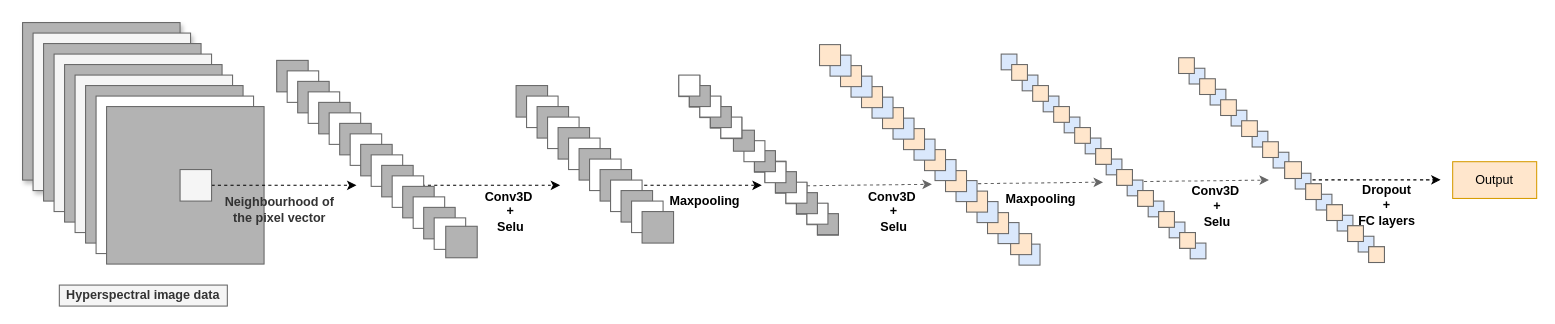
Vampire112/FJNU_Ordering keeps this draw.io diagram as page "Page-1" (1 of 2) of app/Untitled Diagram.drawio. Above is the earlier version. Source tidied: cells renumbered, new cells numbered last; positions are measured from the earlier drawing's top-left corner, leaving out a move shared by most shapes. Both pictures are drawn from the tidied source at 105%, with x=0, y=0 at pixel (22, 22).
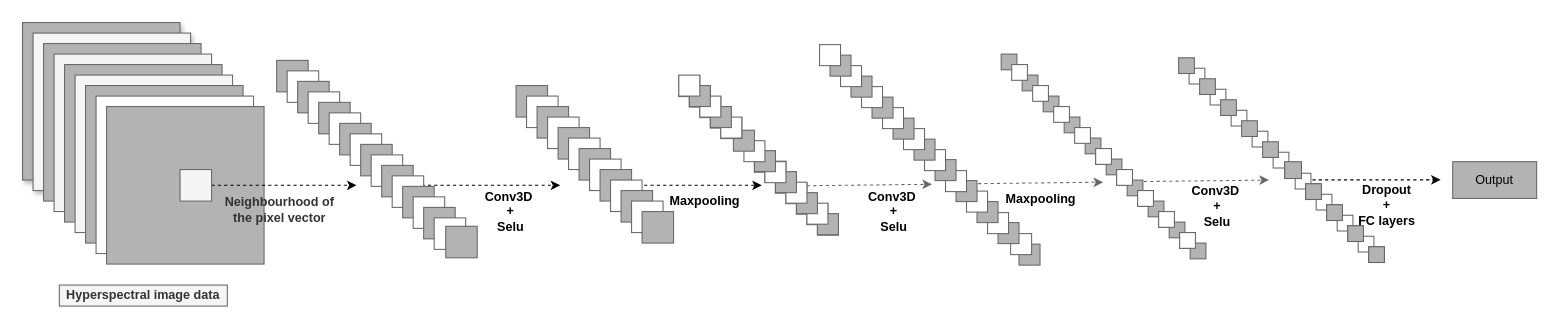
The same diagram, later.

The change refers to these unchanged cells:
```xml
<mxCell id="101" style="group;" parent="1" vertex="1">
  <mxGeometry x="932" y="30" width="240" height="195" as="geometry" />
</mxCell>
```

What changed in the source:
```diff
@@
-    <mxCell id="2" style="whiteSpace=wrap;html=1;labelBackgroundColor=none;fillColor=#dae8fc;shadow=0;strokeColor=#666666;" parent="1" vertex="1">
+    <mxCell id="2" style="whiteSpace=wrap;html=1;labelBackgroundColor=none;shadow=0;strokeColor=#666666;fillColor=#B3B3B3;" parent="1" vertex="1">
       <mxGeometry x="949" y="211" width="20" height="20" as="geometry" />
     </mxCell>
-    <mxCell id="3" style="whiteSpace=wrap;html=1;labelBackgroundColor=none;fillColor=#ffe6cc;shadow=0;strokeColor=#666666;" parent="1" vertex="1">
+    <mxCell id="3" style="whiteSpace=wrap;html=1;labelBackgroundColor=none;shadow=0;strokeColor=#666666;" parent="1" vertex="1">
       <mxGeometry x="941" y="201" width="20" height="20" as="geometry" />
     </mxCell>
-    <mxCell id="4" style="whiteSpace=wrap;html=1;labelBackgroundColor=none;fillColor=#dae8fc;shadow=0;strokeColor=#666666;" parent="1" vertex="1">
+    <mxCell id="4" style="whiteSpace=wrap;html=1;labelBackgroundColor=none;shadow=0;strokeColor=#666666;fillColor=#B3B3B3;" parent="1" vertex="1">
       <mxGeometry x="929" y="190.5" width="20" height="20" as="geometry" />
     </mxCell>
@@
-    <mxCell id="84" style="whiteSpace=wrap;html=1;labelBackgroundColor=none;fillColor=#ffe6cc;shadow=0;strokeColor=#666666;" parent="1" vertex="1">
+    <mxCell id="84" style="whiteSpace=wrap;html=1;labelBackgroundColor=none;shadow=0;strokeColor=#666666;" parent="1" vertex="1">
       <mxGeometry x="919" y="181" width="20" height="20" as="geometry" />
     </mxCell>
-    <mxCell id="85" style="whiteSpace=wrap;html=1;labelBackgroundColor=none;fillColor=#dae8fc;shadow=0;strokeColor=#666666;" parent="1" vertex="1">
+    <mxCell id="85" style="whiteSpace=wrap;html=1;labelBackgroundColor=none;shadow=0;strokeColor=#666666;fillColor=#B3B3B3;" parent="1" vertex="1">
       <mxGeometry x="909" y="170.5" width="20" height="20" as="geometry" />
     </mxCell>
-    <mxCell id="86" style="whiteSpace=wrap;html=1;labelBackgroundColor=none;fillColor=#ffe6cc;shadow=0;strokeColor=#666666;" parent="1" vertex="1">
+    <mxCell id="86" style="whiteSpace=wrap;html=1;labelBackgroundColor=none;shadow=0;strokeColor=#666666;" parent="1" vertex="1">
       <mxGeometry x="899" y="160.5" width="20" height="20" as="geometry" />
     </mxCell>
-    <mxCell id="87" style="whiteSpace=wrap;html=1;labelBackgroundColor=none;fillColor=#dae8fc;shadow=0;strokeColor=#666666;" parent="1" vertex="1">
+    <mxCell id="87" style="whiteSpace=wrap;html=1;labelBackgroundColor=none;shadow=0;strokeColor=#666666;fillColor=#B3B3B3;" parent="1" vertex="1">
       <mxGeometry x="889" y="150.5" width="20" height="20" as="geometry" />
     </mxCell>
-    <mxCell id="88" style="whiteSpace=wrap;html=1;labelBackgroundColor=none;fillColor=#ffe6cc;shadow=0;strokeColor=#666666;" parent="1" vertex="1">
+    <mxCell id="88" style="whiteSpace=wrap;html=1;labelBackgroundColor=none;shadow=0;strokeColor=#666666;" parent="1" vertex="1">
       <mxGeometry x="879" y="141" width="20" height="20" as="geometry" />
     </mxCell>
-    <mxCell id="89" style="whiteSpace=wrap;html=1;labelBackgroundColor=none;fillColor=#dae8fc;shadow=0;strokeColor=#666666;" parent="1" vertex="1">
+    <mxCell id="89" style="whiteSpace=wrap;html=1;labelBackgroundColor=none;shadow=0;strokeColor=#666666;fillColor=#B3B3B3;" parent="1" vertex="1">
       <mxGeometry x="869" y="130.5" width="20" height="20" as="geometry" />
     </mxCell>
-    <mxCell id="90" style="whiteSpace=wrap;html=1;labelBackgroundColor=none;fillColor=#ffe6cc;shadow=0;strokeColor=#666666;" parent="1" vertex="1">
+    <mxCell id="90" style="whiteSpace=wrap;html=1;labelBackgroundColor=none;shadow=0;strokeColor=#666666;" parent="1" vertex="1">
       <mxGeometry x="859" y="121" width="20" height="20" as="geometry" />
     </mxCell>
-    <mxCell id="91" style="whiteSpace=wrap;html=1;labelBackgroundColor=none;fillColor=#dae8fc;shadow=0;strokeColor=#666666;" parent="1" vertex="1">
+    <mxCell id="91" style="whiteSpace=wrap;html=1;labelBackgroundColor=none;shadow=0;strokeColor=#666666;fillColor=#B3B3B3;" parent="1" vertex="1">
       <mxGeometry x="849" y="111" width="20" height="20" as="geometry" />
     </mxCell>
-    <mxCell id="92" style="whiteSpace=wrap;html=1;labelBackgroundColor=none;fillColor=#ffe6cc;shadow=0;strokeColor=#666666;" parent="1" vertex="1">
+    <mxCell id="92" style="whiteSpace=wrap;html=1;labelBackgroundColor=none;shadow=0;strokeColor=#666666;" parent="1" vertex="1">
       <mxGeometry x="839" y="101" width="20" height="20" as="geometry" />
     </mxCell>
-    <mxCell id="93" style="whiteSpace=wrap;html=1;labelBackgroundColor=none;fillColor=#dae8fc;shadow=0;strokeColor=#666666;" parent="1" vertex="1">
+    <mxCell id="93" style="whiteSpace=wrap;html=1;labelBackgroundColor=none;shadow=0;strokeColor=#666666;fillColor=#B3B3B3;" parent="1" vertex="1">
       <mxGeometry x="829" y="91" width="20" height="20" as="geometry" />
     </mxCell>
-    <mxCell id="94" style="whiteSpace=wrap;html=1;labelBackgroundColor=none;fillColor=#ffe6cc;shadow=0;strokeColor=#666666;" parent="1" vertex="1">
+    <mxCell id="94" style="whiteSpace=wrap;html=1;labelBackgroundColor=none;shadow=0;strokeColor=#666666;" parent="1" vertex="1">
       <mxGeometry x="819" y="81" width="20" height="20" as="geometry" />
     </mxCell>
-    <mxCell id="95" style="whiteSpace=wrap;html=1;labelBackgroundColor=none;fillColor=#dae8fc;shadow=0;strokeColor=#666666;" parent="1" vertex="1">
+    <mxCell id="95" style="whiteSpace=wrap;html=1;labelBackgroundColor=none;shadow=0;strokeColor=#666666;fillColor=#B3B3B3;" parent="1" vertex="1">
       <mxGeometry x="809" y="71" width="20" height="20" as="geometry" />
     </mxCell>
-    <mxCell id="96" style="whiteSpace=wrap;html=1;labelBackgroundColor=none;fillColor=#ffe6cc;shadow=0;strokeColor=#666666;" parent="1" vertex="1">
+    <mxCell id="96" style="whiteSpace=wrap;html=1;labelBackgroundColor=none;shadow=0;strokeColor=#666666;" parent="1" vertex="1">
       <mxGeometry x="799" y="61" width="20" height="20" as="geometry" />
     </mxCell>
-    <mxCell id="97" style="whiteSpace=wrap;html=1;labelBackgroundColor=none;fillColor=#dae8fc;shadow=0;strokeColor=#666666;" parent="1" vertex="1">
+    <mxCell id="97" style="whiteSpace=wrap;html=1;labelBackgroundColor=none;shadow=0;strokeColor=#666666;fillColor=#B3B3B3;" parent="1" vertex="1">
       <mxGeometry x="789" y="51" width="20" height="20" as="geometry" />
     </mxCell>
-    <mxCell id="98" style="whiteSpace=wrap;html=1;labelBackgroundColor=none;fillColor=#ffe6cc;shadow=0;strokeColor=#666666;" parent="1" vertex="1">
+    <mxCell id="98" style="whiteSpace=wrap;html=1;labelBackgroundColor=none;shadow=0;strokeColor=#666666;" parent="1" vertex="1">
       <mxGeometry x="779" y="41" width="20" height="20" as="geometry" />
     </mxCell>
-    <mxCell id="99" style="whiteSpace=wrap;html=1;labelBackgroundColor=none;fillColor=#dae8fc;shadow=0;strokeColor=#666666;" parent="1" vertex="1">
+    <mxCell id="99" style="whiteSpace=wrap;html=1;labelBackgroundColor=none;shadow=0;strokeColor=#666666;fillColor=#B3B3B3;" parent="1" vertex="1">
       <mxGeometry x="769" y="31" width="20" height="20" as="geometry" />
     </mxCell>
-    <mxCell id="100" style="whiteSpace=wrap;html=1;labelBackgroundColor=none;fillColor=#ffe6cc;shadow=0;strokeColor=#666666;" parent="1" vertex="1">
+    <mxCell id="100" style="whiteSpace=wrap;html=1;labelBackgroundColor=none;shadow=0;strokeColor=#666666;" parent="1" vertex="1">
       <mxGeometry x="759" y="21" width="20" height="20" as="geometry" />
     </mxCell>
@@
-    <mxCell id="102" style="whiteSpace=wrap;html=1;labelBackgroundColor=none;fillColor=#dae8fc;shadow=0;strokeColor=#666666;" parent="101" vertex="1">
+    <mxCell id="102" style="whiteSpace=wrap;html=1;labelBackgroundColor=none;shadow=0;strokeColor=#666666;fillColor=#B3B3B3;" parent="101" vertex="1">
       <mxGeometry width="15" height="15" as="geometry" />
     </mxCell>
-    <mxCell id="103" style="whiteSpace=wrap;html=1;labelBackgroundColor=none;fillColor=#dae8fc;shadow=0;strokeColor=#666666;" parent="101" vertex="1">
+    <mxCell id="103" style="whiteSpace=wrap;html=1;labelBackgroundColor=none;shadow=0;strokeColor=#666666;fillColor=#B3B3B3;" parent="101" vertex="1">
       <mxGeometry x="20" y="20" width="15" height="15" as="geometry" />
     </mxCell>
-    <mxCell id="104" style="whiteSpace=wrap;html=1;labelBackgroundColor=none;fillColor=#dae8fc;shadow=0;strokeColor=#666666;" parent="101" vertex="1">
+    <mxCell id="104" style="whiteSpace=wrap;html=1;labelBackgroundColor=none;shadow=0;strokeColor=#666666;fillColor=#B3B3B3;" parent="101" vertex="1">
       <mxGeometry x="40" y="40" width="15" height="15" as="geometry" />
     </mxCell>
-    <mxCell id="105" style="whiteSpace=wrap;html=1;labelBackgroundColor=none;fillColor=#dae8fc;shadow=0;strokeColor=#666666;" parent="101" vertex="1">
+    <mxCell id="105" style="whiteSpace=wrap;html=1;labelBackgroundColor=none;shadow=0;strokeColor=#666666;fillColor=#B3B3B3;" parent="101" vertex="1">
       <mxGeometry x="60" y="60" width="15" height="15" as="geometry" />
     </mxCell>
-    <mxCell id="106" style="whiteSpace=wrap;html=1;labelBackgroundColor=none;fillColor=#dae8fc;shadow=0;strokeColor=#666666;" parent="101" vertex="1">
+    <mxCell id="106" style="whiteSpace=wrap;html=1;labelBackgroundColor=none;shadow=0;strokeColor=#666666;fillColor=#B3B3B3;" parent="101" vertex="1">
       <mxGeometry x="80" y="80" width="15" height="15" as="geometry" />
     </mxCell>
@@
-    <mxCell id="108" style="whiteSpace=wrap;html=1;labelBackgroundColor=none;fillColor=#dae8fc;shadow=0;strokeColor=#666666;" parent="101" vertex="1">
+    <mxCell id="108" style="whiteSpace=wrap;html=1;labelBackgroundColor=none;shadow=0;strokeColor=#666666;fillColor=#B3B3B3;" parent="101" vertex="1">
       <mxGeometry x="100" y="100" width="15" height="15" as="geometry" />
     </mxCell>
@@
-    <mxCell id="110" style="whiteSpace=wrap;html=1;labelBackgroundColor=none;fillColor=#dae8fc;shadow=0;strokeColor=#666666;" parent="101" vertex="1">
+    <mxCell id="110" style="whiteSpace=wrap;html=1;labelBackgroundColor=none;shadow=0;strokeColor=#666666;fillColor=#B3B3B3;" parent="101" vertex="1">
       <mxGeometry x="120" y="120" width="15" height="15" as="geometry" />
     </mxCell>
@@
-    <mxCell id="112" style="whiteSpace=wrap;html=1;labelBackgroundColor=none;fillColor=#dae8fc;shadow=0;strokeColor=#666666;" parent="101" vertex="1">
+    <mxCell id="112" style="whiteSpace=wrap;html=1;labelBackgroundColor=none;shadow=0;strokeColor=#666666;fillColor=#B3B3B3;" parent="101" vertex="1">
       <mxGeometry x="140" y="140" width="15" height="15" as="geometry" />
     </mxCell>
@@
-    <mxCell id="114" style="whiteSpace=wrap;html=1;labelBackgroundColor=none;fillColor=#dae8fc;shadow=0;strokeColor=#666666;" parent="101" vertex="1">
+    <mxCell id="114" style="whiteSpace=wrap;html=1;labelBackgroundColor=none;shadow=0;strokeColor=#666666;fillColor=#B3B3B3;" parent="101" vertex="1">
       <mxGeometry x="160" y="160" width="15" height="15" as="geometry" />
     </mxCell>
@@
-    <mxCell id="116" style="whiteSpace=wrap;html=1;labelBackgroundColor=none;fillColor=#dae8fc;shadow=0;strokeColor=#666666;" parent="101" vertex="1">
+    <mxCell id="116" style="whiteSpace=wrap;html=1;labelBackgroundColor=none;shadow=0;strokeColor=#666666;fillColor=#B3B3B3;" parent="101" vertex="1">
       <mxGeometry x="180" y="180" width="15" height="15" as="geometry" />
     </mxCell>
-    <mxCell id="117" style="whiteSpace=wrap;html=1;labelBackgroundColor=none;fillColor=#ffe6cc;shadow=0;strokeColor=#666666;" parent="101" vertex="1">
+    <mxCell id="117" style="whiteSpace=wrap;html=1;labelBackgroundColor=none;shadow=0;strokeColor=#666666;" parent="101" vertex="1">
       <mxGeometry x="170" y="170" width="15" height="15" as="geometry" />
     </mxCell>
-    <mxCell id="118" style="whiteSpace=wrap;html=1;labelBackgroundColor=none;fillColor=#ffe6cc;shadow=0;strokeColor=#666666;" parent="101" vertex="1">
+    <mxCell id="118" style="whiteSpace=wrap;html=1;labelBackgroundColor=none;shadow=0;strokeColor=#666666;" parent="101" vertex="1">
       <mxGeometry x="150" y="150" width="15" height="15" as="geometry" />
     </mxCell>
-    <mxCell id="119" style="whiteSpace=wrap;html=1;labelBackgroundColor=none;fillColor=#ffe6cc;shadow=0;strokeColor=#666666;" parent="101" vertex="1">
+    <mxCell id="119" style="whiteSpace=wrap;html=1;labelBackgroundColor=none;shadow=0;strokeColor=#666666;" parent="101" vertex="1">
       <mxGeometry x="130" y="130" width="15" height="15" as="geometry" />
     </mxCell>
-    <mxCell id="120" style="whiteSpace=wrap;html=1;labelBackgroundColor=none;fillColor=#ffe6cc;shadow=0;strokeColor=#666666;" parent="101" vertex="1">
+    <mxCell id="120" style="whiteSpace=wrap;html=1;labelBackgroundColor=none;shadow=0;strokeColor=#666666;" parent="101" vertex="1">
       <mxGeometry x="110" y="110" width="15" height="15" as="geometry" />
     </mxCell>
-    <mxCell id="121" style="whiteSpace=wrap;html=1;labelBackgroundColor=none;fillColor=#ffe6cc;shadow=0;strokeColor=#666666;" parent="101" vertex="1">
+    <mxCell id="121" style="whiteSpace=wrap;html=1;labelBackgroundColor=none;shadow=0;strokeColor=#666666;" parent="101" vertex="1">
       <mxGeometry x="90" y="90" width="15" height="15" as="geometry" />
     </mxCell>
-    <mxCell id="122" style="whiteSpace=wrap;html=1;labelBackgroundColor=none;fillColor=#ffe6cc;shadow=0;strokeColor=#666666;" parent="101" vertex="1">
+    <mxCell id="122" style="whiteSpace=wrap;html=1;labelBackgroundColor=none;shadow=0;strokeColor=#666666;" parent="101" vertex="1">
       <mxGeometry x="70" y="70" width="15" height="15" as="geometry" />
     </mxCell>
-    <mxCell id="123" style="whiteSpace=wrap;html=1;labelBackgroundColor=none;fillColor=#ffe6cc;shadow=0;strokeColor=#666666;" parent="101" vertex="1">
+    <mxCell id="123" style="whiteSpace=wrap;html=1;labelBackgroundColor=none;shadow=0;strokeColor=#666666;" parent="101" vertex="1">
       <mxGeometry x="50" y="50" width="15" height="15" as="geometry" />
     </mxCell>
-    <mxCell id="124" style="whiteSpace=wrap;html=1;labelBackgroundColor=none;fillColor=#ffe6cc;shadow=0;strokeColor=#666666;" parent="101" vertex="1">
+    <mxCell id="124" style="whiteSpace=wrap;html=1;labelBackgroundColor=none;shadow=0;strokeColor=#666666;" parent="101" vertex="1">
       <mxGeometry x="30" y="30" width="15" height="15" as="geometry" />
     </mxCell>
-    <mxCell id="125" style="whiteSpace=wrap;html=1;labelBackgroundColor=none;fillColor=#ffe6cc;shadow=0;strokeColor=#666666;" parent="101" vertex="1">
+    <mxCell id="125" style="whiteSpace=wrap;html=1;labelBackgroundColor=none;shadow=0;strokeColor=#666666;" parent="101" vertex="1">
       <mxGeometry x="10" y="10" width="15" height="15" as="geometry" />
     </mxCell>
@@
-    <mxCell id="129" style="whiteSpace=wrap;html=1;labelBackgroundColor=none;fillColor=#dae8fc;shadow=0;strokeColor=#666666;" parent="1" vertex="1">
+    <mxCell id="129" style="whiteSpace=wrap;html=1;labelBackgroundColor=none;shadow=0;strokeColor=#666666;fillColor=#FFFFFF;" parent="1" vertex="1">
       <mxGeometry x="1111" y="43.5" width="15" height="15" as="geometry" />
     </mxCell>
-    <mxCell id="130" style="whiteSpace=wrap;html=1;labelBackgroundColor=none;fillColor=#dae8fc;shadow=0;strokeColor=#666666;" parent="1" vertex="1">
+    <mxCell id="130" style="whiteSpace=wrap;html=1;labelBackgroundColor=none;shadow=0;strokeColor=#666666;fillColor=#FFFFFF;" parent="1" vertex="1">
       <mxGeometry x="1131" y="63.5" width="15" height="15" as="geometry" />
     </mxCell>
-    <mxCell id="131" style="whiteSpace=wrap;html=1;labelBackgroundColor=none;fillColor=#dae8fc;shadow=0;strokeColor=#666666;" parent="1" vertex="1">
+    <mxCell id="131" style="whiteSpace=wrap;html=1;labelBackgroundColor=none;shadow=0;strokeColor=#666666;fillColor=#FFFFFF;" parent="1" vertex="1">
       <mxGeometry x="1151" y="83.5" width="15" height="15" as="geometry" />
     </mxCell>
-    <mxCell id="132" style="whiteSpace=wrap;html=1;labelBackgroundColor=none;fillColor=#dae8fc;shadow=0;strokeColor=#666666;" parent="1" vertex="1">
+    <mxCell id="132" style="whiteSpace=wrap;html=1;labelBackgroundColor=none;shadow=0;strokeColor=#666666;fillColor=#FFFFFF;" parent="1" vertex="1">
       <mxGeometry x="1171" y="103.5" width="15" height="15" as="geometry" />
     </mxCell>
-    <mxCell id="133" style="whiteSpace=wrap;html=1;labelBackgroundColor=none;fillColor=#dae8fc;shadow=0;strokeColor=#666666;" parent="1" vertex="1">
+    <mxCell id="133" style="whiteSpace=wrap;html=1;labelBackgroundColor=none;shadow=0;strokeColor=#666666;fillColor=#FFFFFF;" parent="1" vertex="1">
       <mxGeometry x="1191" y="123.5" width="15" height="15" as="geometry" />
     </mxCell>
@@
-    <mxCell id="135" style="whiteSpace=wrap;html=1;labelBackgroundColor=none;fillColor=#dae8fc;shadow=0;strokeColor=#666666;" parent="1" vertex="1">
+    <mxCell id="135" style="whiteSpace=wrap;html=1;labelBackgroundColor=none;shadow=0;strokeColor=#666666;fillColor=#FFFFFF;" parent="1" vertex="1">
       <mxGeometry x="1212" y="143.5" width="15" height="15" as="geometry" />
     </mxCell>
@@
-    <mxCell id="137" style="whiteSpace=wrap;html=1;labelBackgroundColor=none;fillColor=#dae8fc;shadow=0;strokeColor=#666666;" parent="1" vertex="1">
+    <mxCell id="137" style="whiteSpace=wrap;html=1;labelBackgroundColor=none;shadow=0;strokeColor=#666666;fillColor=#FFFFFF;" parent="1" vertex="1">
       <mxGeometry x="1232" y="163.5" width="15" height="15" as="geometry" />
     </mxCell>
@@
-    <mxCell id="139" style="whiteSpace=wrap;html=1;labelBackgroundColor=none;fillColor=#dae8fc;shadow=0;strokeColor=#666666;" parent="1" vertex="1">
+    <mxCell id="139" style="whiteSpace=wrap;html=1;labelBackgroundColor=none;shadow=0;strokeColor=#666666;fillColor=#FFFFFF;" parent="1" vertex="1">
       <mxGeometry x="1252" y="183.5" width="15" height="15" as="geometry" />
     </mxCell>
@@
-    <mxCell id="141" style="whiteSpace=wrap;html=1;labelBackgroundColor=none;fillColor=#dae8fc;shadow=0;strokeColor=#666666;" parent="1" vertex="1">
+    <mxCell id="141" style="whiteSpace=wrap;html=1;labelBackgroundColor=none;shadow=0;strokeColor=#666666;fillColor=#FFFFFF;" parent="1" vertex="1">
       <mxGeometry x="1272" y="203.5" width="15" height="15" as="geometry" />
     </mxCell>
@@
-    <mxCell id="143" style="whiteSpace=wrap;html=1;labelBackgroundColor=none;fillColor=#ffe6cc;shadow=0;strokeColor=#666666;" parent="1" vertex="1">
+    <mxCell id="143" style="whiteSpace=wrap;html=1;labelBackgroundColor=none;shadow=0;strokeColor=#666666;fillColor=#B3B3B3;" parent="1" vertex="1">
       <mxGeometry x="1282" y="213.5" width="15" height="15" as="geometry" />
     </mxCell>
-    <mxCell id="144" style="whiteSpace=wrap;html=1;labelBackgroundColor=none;fillColor=#ffe6cc;shadow=0;strokeColor=#666666;" parent="1" vertex="1">
+    <mxCell id="144" style="whiteSpace=wrap;html=1;labelBackgroundColor=none;shadow=0;strokeColor=#666666;fillColor=#B3B3B3;" parent="1" vertex="1">
       <mxGeometry x="1262" y="193.5" width="15" height="15" as="geometry" />
     </mxCell>
-    <mxCell id="145" style="whiteSpace=wrap;html=1;labelBackgroundColor=none;fillColor=#ffe6cc;shadow=0;strokeColor=#666666;" parent="1" vertex="1">
+    <mxCell id="145" style="whiteSpace=wrap;html=1;labelBackgroundColor=none;shadow=0;strokeColor=#666666;fillColor=#B3B3B3;" parent="1" vertex="1">
       <mxGeometry x="1242" y="173.5" width="15" height="15" as="geometry" />
     </mxCell>
-    <mxCell id="146" style="whiteSpace=wrap;html=1;labelBackgroundColor=none;fillColor=#ffe6cc;shadow=0;strokeColor=#666666;" parent="1" vertex="1">
+    <mxCell id="146" style="whiteSpace=wrap;html=1;labelBackgroundColor=none;shadow=0;strokeColor=#666666;fillColor=#B3B3B3;" parent="1" vertex="1">
       <mxGeometry x="1222" y="153.5" width="15" height="15" as="geometry" />
     </mxCell>
-    <mxCell id="147" style="whiteSpace=wrap;html=1;labelBackgroundColor=none;fillColor=#ffe6cc;shadow=0;strokeColor=#666666;" parent="1" vertex="1">
+    <mxCell id="147" style="whiteSpace=wrap;html=1;labelBackgroundColor=none;shadow=0;strokeColor=#666666;fillColor=#B3B3B3;" parent="1" vertex="1">
       <mxGeometry x="1202" y="132.5" width="16" height="16" as="geometry" />
     </mxCell>
@@
-    <mxCell id="149" value="Output" style="whiteSpace=wrap;html=1;labelBackgroundColor=none;fillColor=#ffe6cc;strokeColor=#d79b00;shadow=0;" parent="1" vertex="1">
+    <mxCell id="149" value="Output" style="whiteSpace=wrap;html=1;labelBackgroundColor=none;shadow=0;fillColor=#B3B3B3;strokeColor=#666666;" parent="1" vertex="1">
       <mxGeometry x="1362" y="132.5" width="80" height="35" as="geometry" />
     </mxCell>
-    <mxCell id="150" style="whiteSpace=wrap;html=1;labelBackgroundColor=none;fillColor=#ffe6cc;shadow=0;strokeColor=#666666;" parent="1" vertex="1">
+    <mxCell id="150" style="whiteSpace=wrap;html=1;labelBackgroundColor=none;shadow=0;strokeColor=#666666;fillColor=#B3B3B3;" parent="1" vertex="1">
       <mxGeometry x="1181" y="113.5" width="15" height="15" as="geometry" />
     </mxCell>
-    <mxCell id="151" style="whiteSpace=wrap;html=1;labelBackgroundColor=none;fillColor=#ffe6cc;shadow=0;strokeColor=#666666;" parent="1" vertex="1">
+    <mxCell id="151" style="whiteSpace=wrap;html=1;labelBackgroundColor=none;shadow=0;strokeColor=#666666;fillColor=#B3B3B3;" parent="1" vertex="1">
       <mxGeometry x="1161" y="93.5" width="15" height="15" as="geometry" />
     </mxCell>
-    <mxCell id="152" style="whiteSpace=wrap;html=1;labelBackgroundColor=none;fillColor=#ffe6cc;shadow=0;strokeColor=#666666;" parent="1" vertex="1">
+    <mxCell id="152" style="whiteSpace=wrap;html=1;labelBackgroundColor=none;shadow=0;strokeColor=#666666;fillColor=#B3B3B3;" parent="1" vertex="1">
       <mxGeometry x="1141" y="73.5" width="15" height="15" as="geometry" />
     </mxCell>
-    <mxCell id="153" style="whiteSpace=wrap;html=1;labelBackgroundColor=none;fillColor=#ffe6cc;shadow=0;strokeColor=#666666;" parent="1" vertex="1">
+    <mxCell id="153" style="whiteSpace=wrap;html=1;labelBackgroundColor=none;shadow=0;strokeColor=#666666;fillColor=#B3B3B3;" parent="1" vertex="1">
       <mxGeometry x="1121" y="53.5" width="15" height="15" as="geometry" />
     </mxCell>
-    <mxCell id="154" style="whiteSpace=wrap;html=1;labelBackgroundColor=none;fillColor=#ffe6cc;shadow=0;strokeColor=#666666;" parent="1" vertex="1">
+    <mxCell id="154" style="whiteSpace=wrap;html=1;labelBackgroundColor=none;shadow=0;strokeColor=#666666;fillColor=#B3B3B3;" parent="1" vertex="1">
       <mxGeometry x="1101" y="33.5" width="15" height="15" as="geometry" />
     </mxCell>
```
